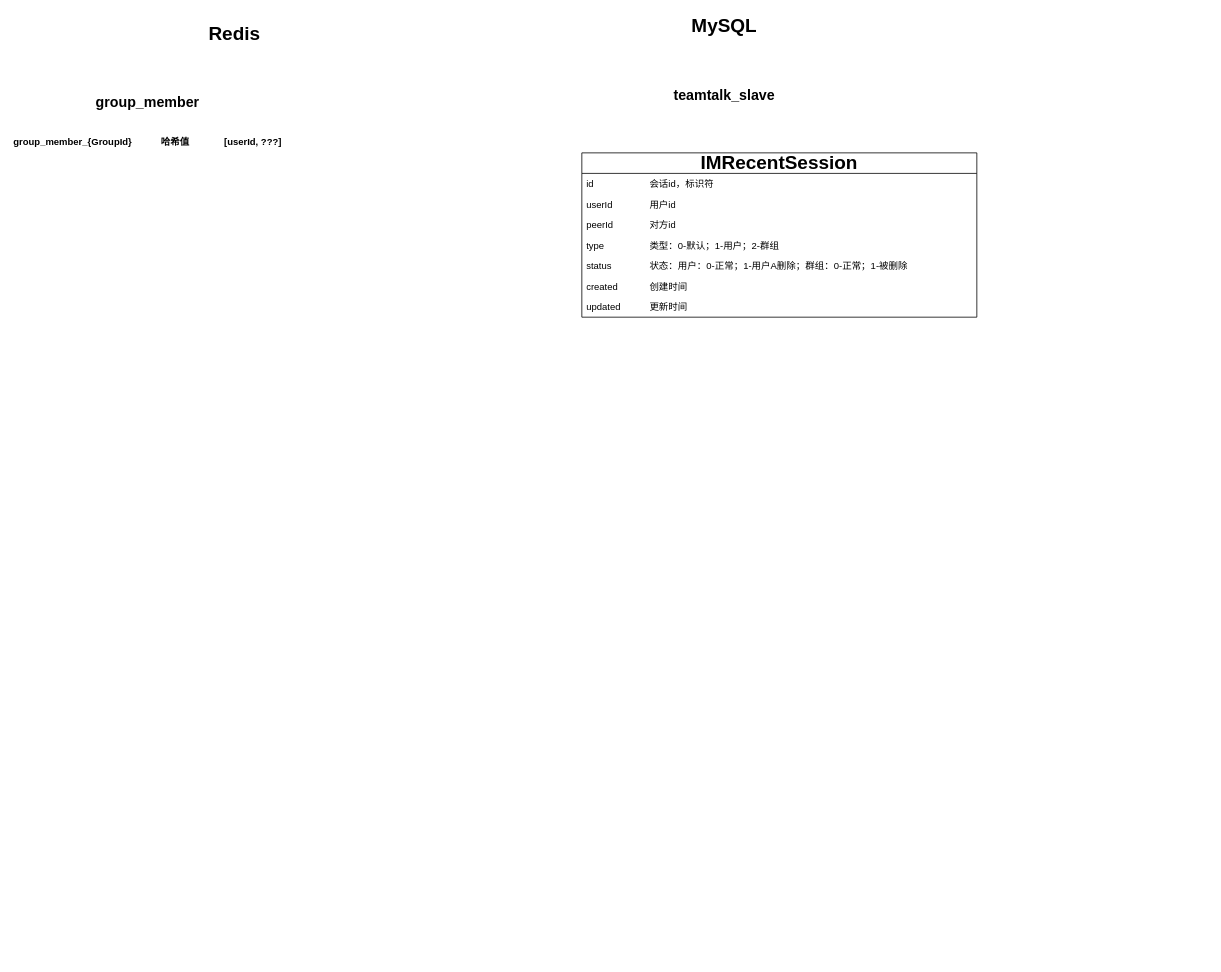
The draw.io diagram teamTalk.drawio in LQF376/image, before the edit. Source tidied: cells renumbered, new cells numbered last; positions are measured from the earlier drawing's top-left corner, leaving out a move shared by most shapes. Both pictures are drawn from the tidied source at 79%, with x=0, y=0 at pixel (115, 13).
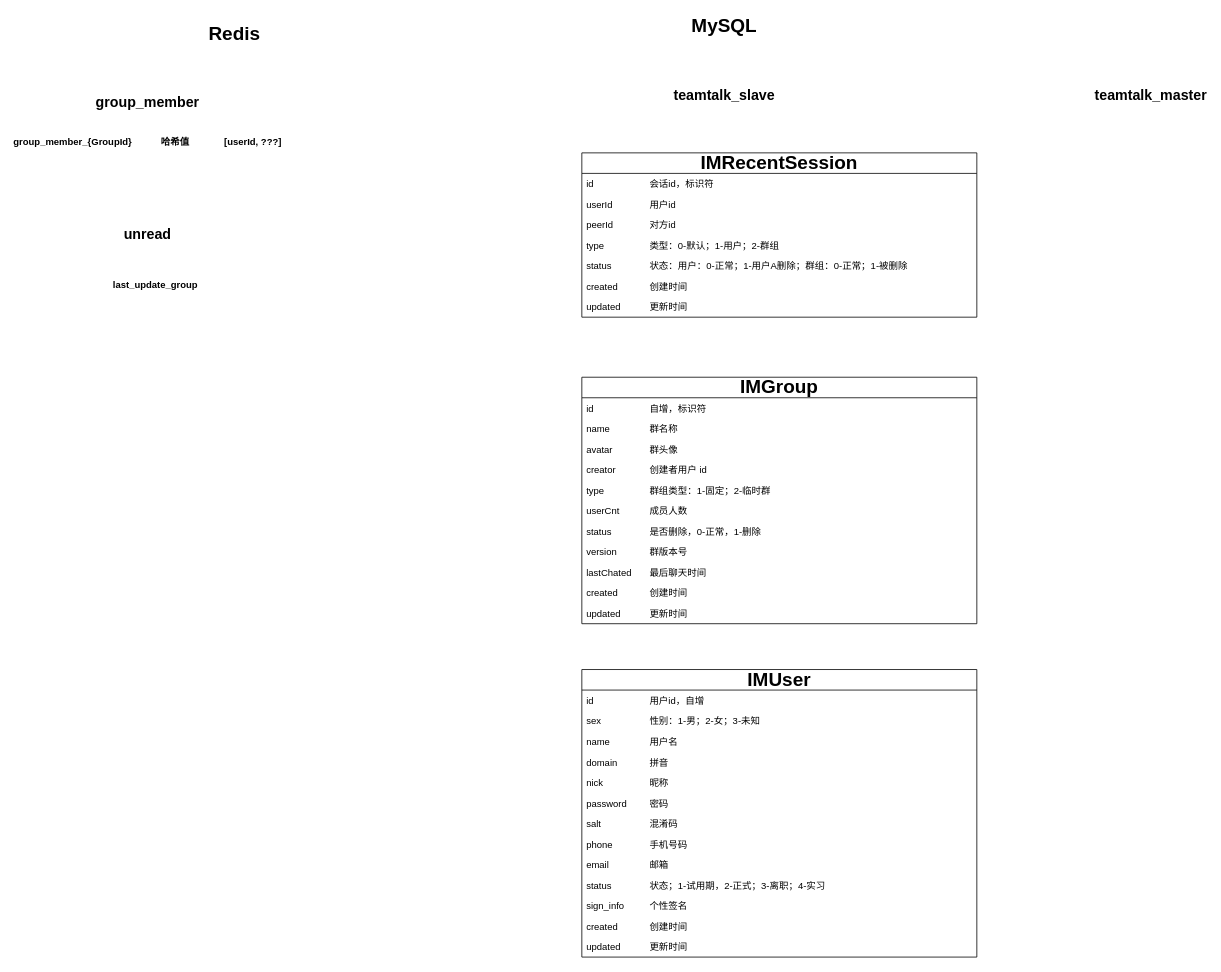
The same page after the edit.

What changed in the source:
```diff
@@
+    <mxCell id="15" value="&lt;b&gt;&lt;font style=&quot;font-size: 24px;&quot;&gt;IMGroup&lt;/font&gt;&lt;/b&gt;" style="swimlane;fontStyle=0;horizontal=1;startSize=26;fillColor=none;whiteSpace=wrap;html=1;" parent="1" vertex="1">
+      <mxGeometry x="590" y="460" width="500" height="312" as="geometry" />
+    </mxCell>
+    <mxCell id="16" value="id&lt;span style=&quot;white-space: pre;&quot;&gt;&#9;&lt;/span&gt;&lt;span style=&quot;white-space: pre;&quot;&gt;&#9;&lt;/span&gt;&lt;span style=&quot;white-space: pre;&quot;&gt;&#9;&lt;/span&gt;自增，标识符" style="text;strokeColor=none;fillColor=none;align=left;verticalAlign=top;spacingLeft=4;spacingRight=4;overflow=hidden;whiteSpace=wrap;html=1;" parent="15" vertex="1">
+      <mxGeometry y="26" width="500" height="26" as="geometry" />
+    </mxCell>
+    <mxCell id="17" value="name&lt;span style=&quot;white-space: pre;&quot;&gt;&#9;&lt;/span&gt;&lt;span style=&quot;white-space: pre;&quot;&gt;&#9;&lt;/span&gt;群名称" style="text;strokeColor=none;fillColor=none;align=left;verticalAlign=top;spacingLeft=4;spacingRight=4;overflow=hidden;whiteSpace=wrap;html=1;" parent="15" vertex="1">
+      <mxGeometry y="52" width="500" height="26" as="geometry" />
+    </mxCell>
+    <mxCell id="18" value="avatar&lt;span style=&quot;white-space: pre;&quot;&gt;&#9;&lt;span style=&quot;white-space: pre;&quot;&gt;&#9;&lt;/span&gt;群头像&lt;/span&gt;" style="text;strokeColor=none;fillColor=none;align=left;verticalAlign=top;spacingLeft=4;spacingRight=4;overflow=hidden;whiteSpace=wrap;html=1;" parent="15" vertex="1">
+      <mxGeometry y="78" width="500" height="26" as="geometry" />
+    </mxCell>
+    <mxCell id="19" value="creator&lt;span style=&quot;white-space: pre;&quot;&gt;&#9;&lt;/span&gt;&lt;span style=&quot;white-space: pre;&quot;&gt;&#9;&lt;/span&gt;创建者用户 id" style="text;strokeColor=none;fillColor=none;align=left;verticalAlign=top;spacingLeft=4;spacingRight=4;overflow=hidden;whiteSpace=wrap;html=1;" parent="15" vertex="1">
+      <mxGeometry y="104" width="500" height="26" as="geometry" />
+    </mxCell>
+    <mxCell id="20" value="type&lt;span style=&quot;white-space: pre;&quot;&gt;&#9;&lt;/span&gt;&lt;span style=&quot;white-space: pre;&quot;&gt;&#9;&lt;span style=&quot;white-space: pre;&quot;&gt;&#9;&lt;/span&gt;群组&lt;/span&gt;类型：1-固定；2-临时群" style="text;strokeColor=none;fillColor=none;align=left;verticalAlign=top;spacingLeft=4;spacingRight=4;overflow=hidden;whiteSpace=wrap;html=1;" parent="15" vertex="1">
+      <mxGeometry y="130" width="500" height="26" as="geometry" />
+    </mxCell>
+    <mxCell id="21" value="userCnt&lt;span style=&quot;white-space: pre;&quot;&gt;&#9;&lt;/span&gt;&lt;span style=&quot;white-space: pre;&quot;&gt;&#9;&lt;/span&gt;成员人数" style="text;strokeColor=none;fillColor=none;align=left;verticalAlign=top;spacingLeft=4;spacingRight=4;overflow=hidden;whiteSpace=wrap;html=1;" parent="15" vertex="1">
+      <mxGeometry y="156" width="500" height="26" as="geometry" />
+    </mxCell>
+    <mxCell id="22" value="status&lt;span style=&quot;white-space: pre;&quot;&gt;&#9;&lt;/span&gt;&lt;span style=&quot;white-space: pre;&quot;&gt;&#9;&lt;/span&gt;是否删除，0-正常，1-删除" style="text;strokeColor=none;fillColor=none;align=left;verticalAlign=top;spacingLeft=4;spacingRight=4;overflow=hidden;whiteSpace=wrap;html=1;" parent="15" vertex="1">
+      <mxGeometry y="182" width="500" height="26" as="geometry" />
+    </mxCell>
+    <mxCell id="23" value="version&lt;span style=&quot;white-space: pre;&quot;&gt;&#9;&lt;/span&gt;&lt;span style=&quot;white-space: pre;&quot;&gt;&#9;&lt;/span&gt;群版本号" style="text;strokeColor=none;fillColor=none;align=left;verticalAlign=top;spacingLeft=4;spacingRight=4;overflow=hidden;whiteSpace=wrap;html=1;" parent="15" vertex="1">
+      <mxGeometry y="208" width="500" height="26" as="geometry" />
+    </mxCell>
+    <mxCell id="24" value="lastChated&lt;span style=&quot;white-space: pre;&quot;&gt;&#9;&lt;/span&gt;最后聊天时间" style="text;strokeColor=none;fillColor=none;align=left;verticalAlign=top;spacingLeft=4;spacingRight=4;overflow=hidden;whiteSpace=wrap;html=1;" parent="15" vertex="1">
+      <mxGeometry y="234" width="500" height="26" as="geometry" />
+    </mxCell>
+    <mxCell id="25" value="created&lt;span style=&quot;white-space: pre;&quot;&gt;&#9;&lt;/span&gt;&lt;span style=&quot;white-space: pre;&quot;&gt;&#9;&lt;/span&gt;创建时间" style="text;strokeColor=none;fillColor=none;align=left;verticalAlign=top;spacingLeft=4;spacingRight=4;overflow=hidden;whiteSpace=wrap;html=1;" parent="15" vertex="1">
+      <mxGeometry y="260" width="500" height="26" as="geometry" />
+    </mxCell>
+    <mxCell id="26" value="updated&lt;span style=&quot;white-space: pre;&quot;&gt;&#9;&lt;/span&gt;&lt;span style=&quot;white-space: pre;&quot;&gt;&#9;&lt;/span&gt;更新时间" style="text;strokeColor=none;fillColor=none;align=left;verticalAlign=top;spacingLeft=4;spacingRight=4;overflow=hidden;whiteSpace=wrap;html=1;" parent="15" vertex="1">
+      <mxGeometry y="286" width="500" height="26" as="geometry" />
+    </mxCell>
+    <mxCell id="27" value="&lt;font style=&quot;font-size: 18px;&quot;&gt;unread&lt;/font&gt;" style="text;align=center;fontStyle=1;verticalAlign=middle;spacingLeft=3;spacingRight=3;strokeColor=none;html=1;" parent="1" vertex="1">
+      <mxGeometry y="267" width="80" height="26" as="geometry" />
+    </mxCell>
+    <mxCell id="28" value="last_update_group" style="text;align=center;fontStyle=1;verticalAlign=middle;spacingLeft=3;spacingRight=3;strokeColor=none;html=1;" parent="1" vertex="1">
+      <mxGeometry x="10" y="330" width="80" height="26" as="geometry" />
+    </mxCell>
+    <mxCell id="29" value="&lt;b&gt;&lt;font style=&quot;font-size: 24px;&quot;&gt;IMUser&lt;/font&gt;&lt;/b&gt;" style="swimlane;fontStyle=0;horizontal=1;startSize=26;fillColor=none;whiteSpace=wrap;html=1;" parent="1" vertex="1">
+      <mxGeometry x="590" y="830" width="500" height="364" as="geometry" />
+    </mxCell>
+    <mxCell id="30" value="id&lt;span style=&quot;white-space: pre;&quot;&gt;&#9;&lt;/span&gt;&lt;span style=&quot;white-space: pre;&quot;&gt;&#9;&lt;/span&gt;&lt;span style=&quot;white-space: pre;&quot;&gt;&#9;&lt;/span&gt;用户id，自增" style="text;strokeColor=none;fillColor=none;align=left;verticalAlign=top;spacingLeft=4;spacingRight=4;overflow=hidden;whiteSpace=wrap;html=1;" parent="29" vertex="1">
+      <mxGeometry y="26" width="500" height="26" as="geometry" />
+    </mxCell>
+    <mxCell id="31" value="sex&lt;span style=&quot;white-space: pre;&quot;&gt;&#9;&lt;/span&gt;&lt;span style=&quot;white-space: pre;&quot;&gt;&#9;&lt;span style=&quot;white-space: pre;&quot;&gt;&#9;&lt;/span&gt;性别：1-男；2-女；3-未知&lt;/span&gt;" style="text;strokeColor=none;fillColor=none;align=left;verticalAlign=top;spacingLeft=4;spacingRight=4;overflow=hidden;whiteSpace=wrap;html=1;" parent="29" vertex="1">
+      <mxGeometry y="52" width="500" height="26" as="geometry" />
+    </mxCell>
+    <mxCell id="32" value="name&lt;span style=&quot;white-space: pre;&quot;&gt;&#9;&lt;span style=&quot;white-space: pre;&quot;&gt;&#9;&lt;/span&gt;用户&lt;/span&gt;名" style="text;strokeColor=none;fillColor=none;align=left;verticalAlign=top;spacingLeft=4;spacingRight=4;overflow=hidden;whiteSpace=wrap;html=1;" parent="29" vertex="1">
+      <mxGeometry y="78" width="500" height="26" as="geometry" />
+    </mxCell>
+    <mxCell id="33" value="domain&lt;span style=&quot;white-space: pre;&quot;&gt;&#9;&lt;/span&gt;&lt;span style=&quot;white-space: pre;&quot;&gt;&#9;&lt;/span&gt;拼音" style="text;strokeColor=none;fillColor=none;align=left;verticalAlign=top;spacingLeft=4;spacingRight=4;overflow=hidden;whiteSpace=wrap;html=1;" parent="29" vertex="1">
+      <mxGeometry y="104" width="500" height="26" as="geometry" />
+    </mxCell>
+    <mxCell id="34" value="nick&lt;span style=&quot;white-space: pre;&quot;&gt;&#9;&lt;/span&gt;&lt;span style=&quot;white-space: pre;&quot;&gt;&#9;&lt;span style=&quot;white-space: pre;&quot;&gt;&#9;&lt;/span&gt;昵称&lt;/span&gt;" style="text;strokeColor=none;fillColor=none;align=left;verticalAlign=top;spacingLeft=4;spacingRight=4;overflow=hidden;whiteSpace=wrap;html=1;" parent="29" vertex="1">
+      <mxGeometry y="130" width="500" height="26" as="geometry" />
+    </mxCell>
+    <mxCell id="35" value="password&lt;span style=&quot;white-space: pre;&quot;&gt;&#9;&lt;/span&gt;&lt;span style=&quot;white-space: pre;&quot;&gt;&#9;&lt;/span&gt;密码" style="text;strokeColor=none;fillColor=none;align=left;verticalAlign=top;spacingLeft=4;spacingRight=4;overflow=hidden;whiteSpace=wrap;html=1;" parent="29" vertex="1">
+      <mxGeometry y="156" width="500" height="26" as="geometry" />
+    </mxCell>
+    <mxCell id="36" value="salt&lt;span style=&quot;white-space: pre;&quot;&gt;&#9;&lt;/span&gt;&lt;span style=&quot;white-space: pre;&quot;&gt;&#9;&lt;span style=&quot;white-space: pre;&quot;&gt;&#9;&lt;/span&gt;混淆&lt;/span&gt;码" style="text;strokeColor=none;fillColor=none;align=left;verticalAlign=top;spacingLeft=4;spacingRight=4;overflow=hidden;whiteSpace=wrap;html=1;" parent="29" vertex="1">
+      <mxGeometry y="182" width="500" height="26" as="geometry" />
+    </mxCell>
+    <mxCell id="37" value="phone&lt;span style=&quot;white-space: pre;&quot;&gt;&#9;&lt;/span&gt;&lt;span style=&quot;white-space: pre;&quot;&gt;&#9;&lt;/span&gt;手机号码" style="text;strokeColor=none;fillColor=none;align=left;verticalAlign=top;spacingLeft=4;spacingRight=4;overflow=hidden;whiteSpace=wrap;html=1;" parent="29" vertex="1">
+      <mxGeometry y="208" width="500" height="26" as="geometry" />
+    </mxCell>
+    <mxCell id="38" value="email&lt;span style=&quot;white-space: pre;&quot;&gt;&#9;&lt;span style=&quot;white-space: pre;&quot;&gt;&#9;&lt;/span&gt;邮箱&lt;/span&gt;" style="text;strokeColor=none;fillColor=none;align=left;verticalAlign=top;spacingLeft=4;spacingRight=4;overflow=hidden;whiteSpace=wrap;html=1;" parent="29" vertex="1">
+      <mxGeometry y="234" width="500" height="26" as="geometry" />
+    </mxCell>
+    <mxCell id="39" value="status&lt;span style=&quot;white-space: pre;&quot;&gt;&#9;&lt;/span&gt;&lt;span style=&quot;white-space: pre;&quot;&gt;&#9;&lt;/span&gt;状态；1-试用期，2-正式；3-离职；4-实习" style="text;strokeColor=none;fillColor=none;align=left;verticalAlign=top;spacingLeft=4;spacingRight=4;overflow=hidden;whiteSpace=wrap;html=1;" parent="29" vertex="1">
+      <mxGeometry y="260" width="500" height="26" as="geometry" />
+    </mxCell>
+    <mxCell id="40" value="sign_info&lt;span style=&quot;white-space: pre;&quot;&gt;&#9;&lt;/span&gt;&lt;span style=&quot;white-space: pre;&quot;&gt;&#9;&lt;/span&gt;个性签名" style="text;strokeColor=none;fillColor=none;align=left;verticalAlign=top;spacingLeft=4;spacingRight=4;overflow=hidden;whiteSpace=wrap;html=1;" parent="29" vertex="1">
+      <mxGeometry y="286" width="500" height="26" as="geometry" />
+    </mxCell>
+    <mxCell id="41" value="created&lt;span style=&quot;white-space: pre;&quot;&gt;&#9;&lt;/span&gt;&lt;span style=&quot;white-space: pre;&quot;&gt;&#9;&lt;/span&gt;创建时间" style="text;strokeColor=none;fillColor=none;align=left;verticalAlign=top;spacingLeft=4;spacingRight=4;overflow=hidden;whiteSpace=wrap;html=1;" parent="29" vertex="1">
+      <mxGeometry y="312" width="500" height="26" as="geometry" />
+    </mxCell>
+    <mxCell id="42" value="updated&lt;span style=&quot;white-space: pre;&quot;&gt;&#9;&lt;/span&gt;&lt;span style=&quot;white-space: pre;&quot;&gt;&#9;&lt;/span&gt;更新时间" style="text;strokeColor=none;fillColor=none;align=left;verticalAlign=top;spacingLeft=4;spacingRight=4;overflow=hidden;whiteSpace=wrap;html=1;" parent="29" vertex="1">
+      <mxGeometry y="338" width="500" height="26" as="geometry" />
+    </mxCell>
+    <mxCell id="43" value="&lt;font style=&quot;font-size: 18px;&quot;&gt;teamtalk_master&lt;/font&gt;" style="text;align=center;fontStyle=1;verticalAlign=middle;spacingLeft=3;spacingRight=3;strokeColor=none;html=1;" parent="1" vertex="1">
+      <mxGeometry x="1270" y="90" width="80" height="26" as="geometry" />
+    </mxCell>
```
